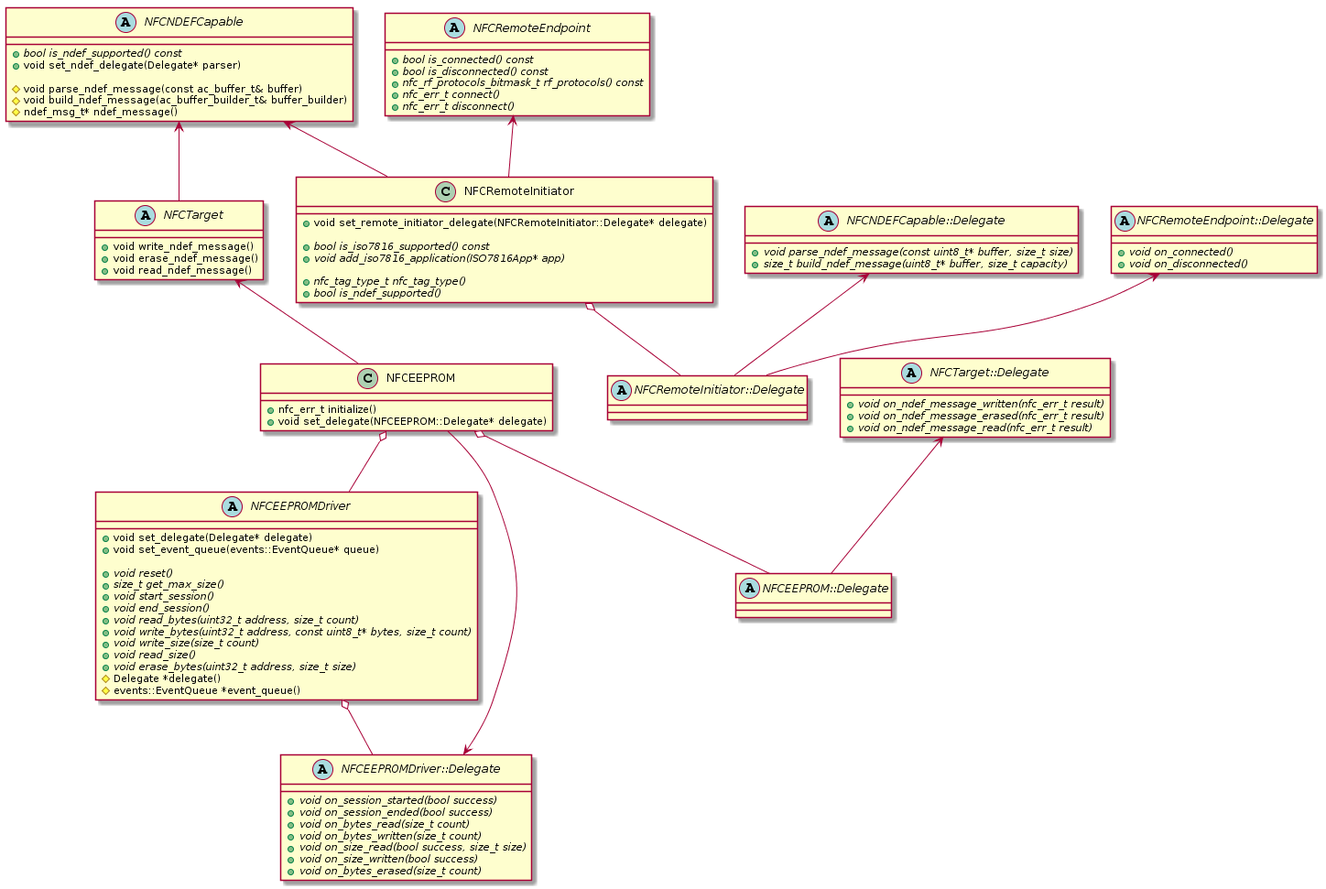
Before: docs/design-documents/nfc/uml_diagram_endpoints.png, a diagram exported from PlantUML (ARMmbed/mbed-os).
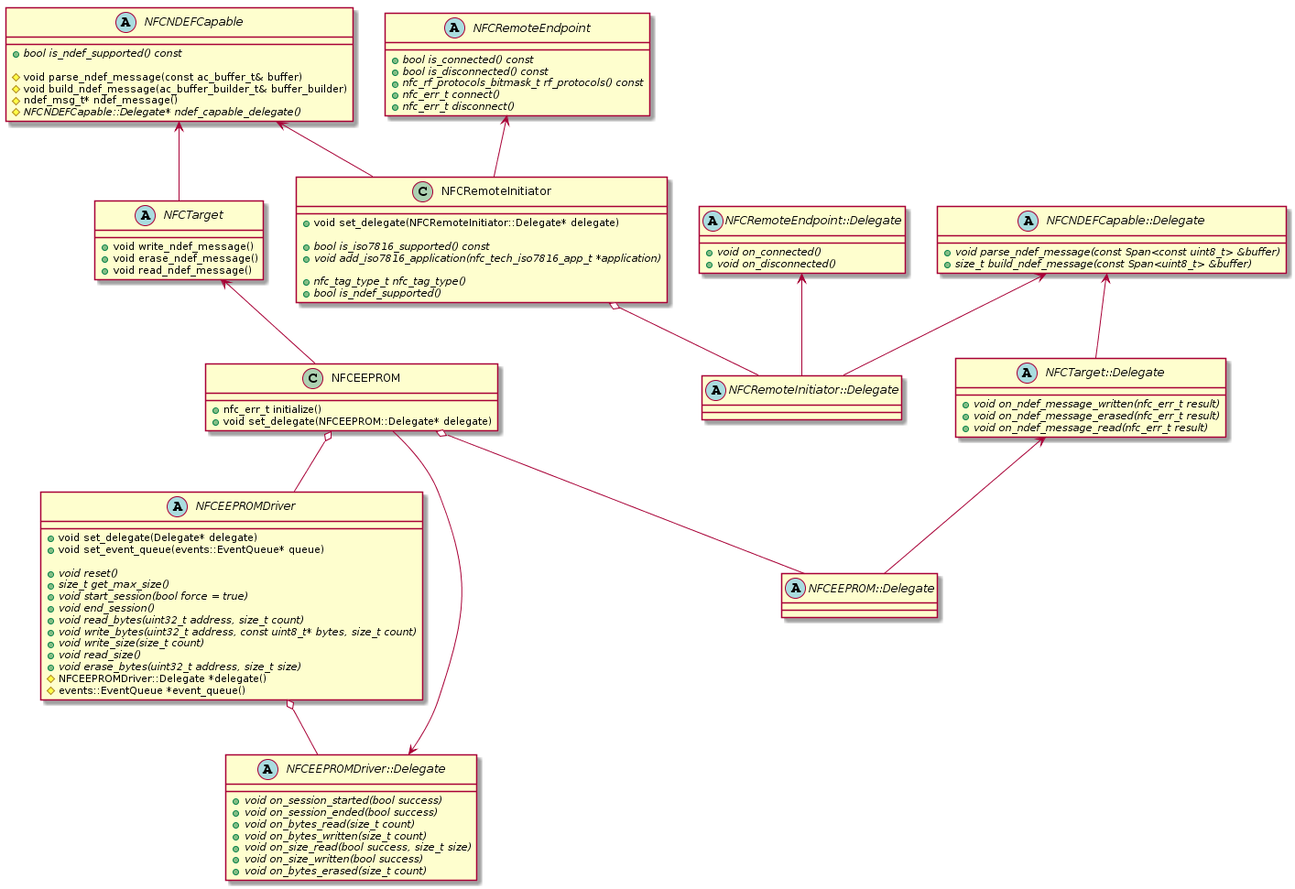
After the change.

The edit, as a diff of the source:
```diff
@@ -1,16 +1,16 @@
 @startuml
 abstract class NFCNDEFCapable {
   +{abstract} bool is_ndef_supported() const
-  +void set_ndef_delegate(Delegate* parser)
 
   #void parse_ndef_message(const ac_buffer_t& buffer)
   #void build_ndef_message(ac_buffer_builder_t& buffer_builder)
   #ndef_msg_t* ndef_message()
+  #{abstract} NFCNDEFCapable::Delegate* ndef_capable_delegate()
 }
 
 abstract class NFCNDEFCapable::Delegate {
-  +{abstract} void parse_ndef_message(const uint8_t* buffer, size_t size)
-  +{abstract} size_t build_ndef_message(uint8_t* buffer, size_t capacity)
+  +{abstract} void parse_ndef_message(const Span<const uint8_t> &buffer)
+  +{abstract} size_t build_ndef_message(const Span<uint8_t> &buffer)
 }
 
 abstract class NFCRemoteEndpoint {
@@ -38,6 +38,9 @@
   +{abstract} void on_ndef_message_read(nfc_err_t result)
 }
 
+NFCNDEFCapable <-- NFCTarget
+NFCNDEFCapable::Delegate <-- NFCTarget::Delegate
+
 class NFCEEPROM {
   +nfc_err_t initialize()
   +void set_delegate(NFCEEPROM::Delegate* delegate)
@@ -53,14 +56,14 @@
 
   +{abstract} void reset()
   +{abstract} size_t get_max_size()
-  +{abstract} void start_session()
+  +{abstract} void start_session(bool force = true)
   +{abstract} void end_session()
   +{abstract} void read_bytes(uint32_t address, size_t count)
   +{abstract} void write_bytes(uint32_t address, const uint8_t* bytes, size_t count)
   +{abstract} void write_size(size_t count)
   +{abstract} void read_size()
   +{abstract} void erase_bytes(uint32_t address, size_t size)
-  #Delegate *delegate()
+  #NFCEEPROMDriver::Delegate *delegate()
   #events::EventQueue *event_queue()
 }
 
@@ -74,7 +77,6 @@
   +{abstract} void on_bytes_erased(size_t count)
 }
 
-NFCNDEFCapable <-- NFCTarget
 NFCTarget <-- NFCEEPROM
 NFCTarget::Delegate <-- NFCEEPROM::Delegate
 NFCEEPROM o-- NFCEEPROM::Delegate
@@ -83,10 +85,10 @@
 NFCEEPROMDriver::Delegate <-- NFCEEPROM
 
 class NFCRemoteInitiator {
-  +void set_remote_initiator_delegate(NFCRemoteInitiator::Delegate* delegate)
+  +void set_delegate(NFCRemoteInitiator::Delegate* delegate)
 
   +{abstract}bool is_iso7816_supported() const
-  +{abstract}void add_iso7816_application(ISO7816App* app)
+  +{abstract}void add_iso7816_application(nfc_tech_iso7816_app_t *application)
 
   +{abstract} nfc_tag_type_t nfc_tag_type()
   +{abstract} bool is_ndef_supported()
```
